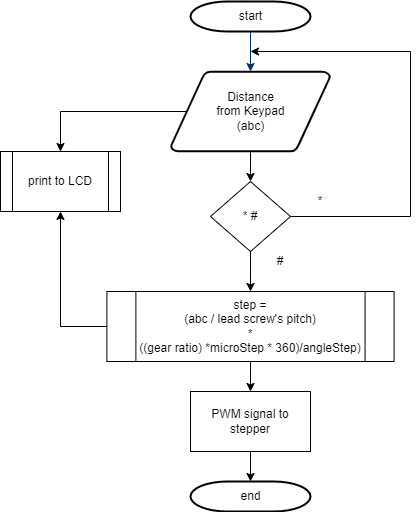
The draw.io diagram stepperDiagram.drawio.png in justSiro/StepperPosition, before a commit. Source tidied: cells renumbered, new cells last; positions are measured from the earlier drawing's top-left corner, leaving out a move shared by most shapes.
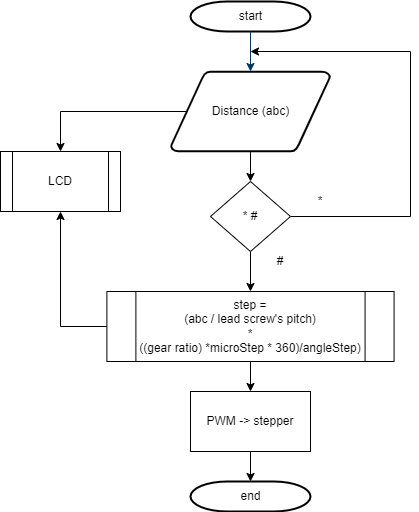
The same diagram one commit later.

Diff of the diagram source:
```diff
@@ -11,7 +11,7 @@
     <mxCell id="4" style="edgeStyle=orthogonalEdgeStyle;rounded=0;jettySize=auto;html=1;exitX=0.095;exitY=0.5;exitDx=0;exitDy=0;exitPerimeter=0;entryX=0.5;entryY=0;entryDx=0;entryDy=0;" parent="1" edge="1" source="5" target="11">
       <mxGeometry relative="1" as="geometry" />
     </mxCell>
-    <mxCell id="5" value="Distance&lt;br&gt;from Keypad&lt;br&gt;(abc)" style="shape=mxgraph.flowchart.data;strokeWidth=2;gradientColor=none;gradientDirection=north;fontStyle=0;html=1;" parent="1" vertex="1">
+    <mxCell id="5" value="Distance (abc)" style="shape=mxgraph.flowchart.data;strokeWidth=2;gradientColor=none;gradientDirection=north;fontStyle=0;html=1;" parent="1" vertex="1">
       <mxGeometry x="170.5" y="70" width="159" height="80" as="geometry" />
     </mxCell>
     <mxCell id="6" style="fontStyle=1;strokeColor=#003366;strokeWidth=1;html=1;" parent="1" edge="1" source="2" target="5">
@@ -35,7 +35,7 @@
     <mxCell id="10" value="*" style="text;html=1;strokeColor=none;fillColor=none;align=center;verticalAlign=middle;whiteSpace=wrap;rounded=0;" parent="1" vertex="1">
       <mxGeometry x="290" y="185" width="60" height="30" as="geometry" />
     </mxCell>
-    <mxCell id="11" value="print to LCD" style="shape=process;whiteSpace=wrap;html=1;backgroundOutline=1;" parent="1" vertex="1">
+    <mxCell id="11" value="LCD" style="shape=process;whiteSpace=wrap;html=1;backgroundOutline=1;" parent="1" vertex="1">
       <mxGeometry y="150" width="120" height="60" as="geometry" />
     </mxCell>
     <mxCell id="12" style="edgeStyle=orthogonalEdgeStyle;rounded=0;jettySize=auto;html=1;entryX=0.5;entryY=1;entryDx=0;entryDy=0;" parent="1" edge="1" source="14" target="11">
@@ -57,7 +57,7 @@
     <mxCell id="16" style="edgeStyle=orthogonalEdgeStyle;rounded=0;jettySize=auto;html=1;" parent="1" edge="1" source="17" target="18">
       <mxGeometry relative="1" as="geometry" />
     </mxCell>
-    <mxCell id="17" value="PWM signal to stepper" style="whiteSpace=wrap;html=1;" parent="1" vertex="1">
+    <mxCell id="17" value="PWM -&amp;gt; stepper" style="whiteSpace=wrap;html=1;" parent="1" vertex="1">
       <mxGeometry x="190" y="390" width="120" height="60" as="geometry" />
     </mxCell>
     <mxCell id="18" value="end" style="shape=mxgraph.flowchart.terminator;strokeWidth=2;gradientColor=none;gradientDirection=north;fontStyle=0;html=1;" parent="1" vertex="1">
```
